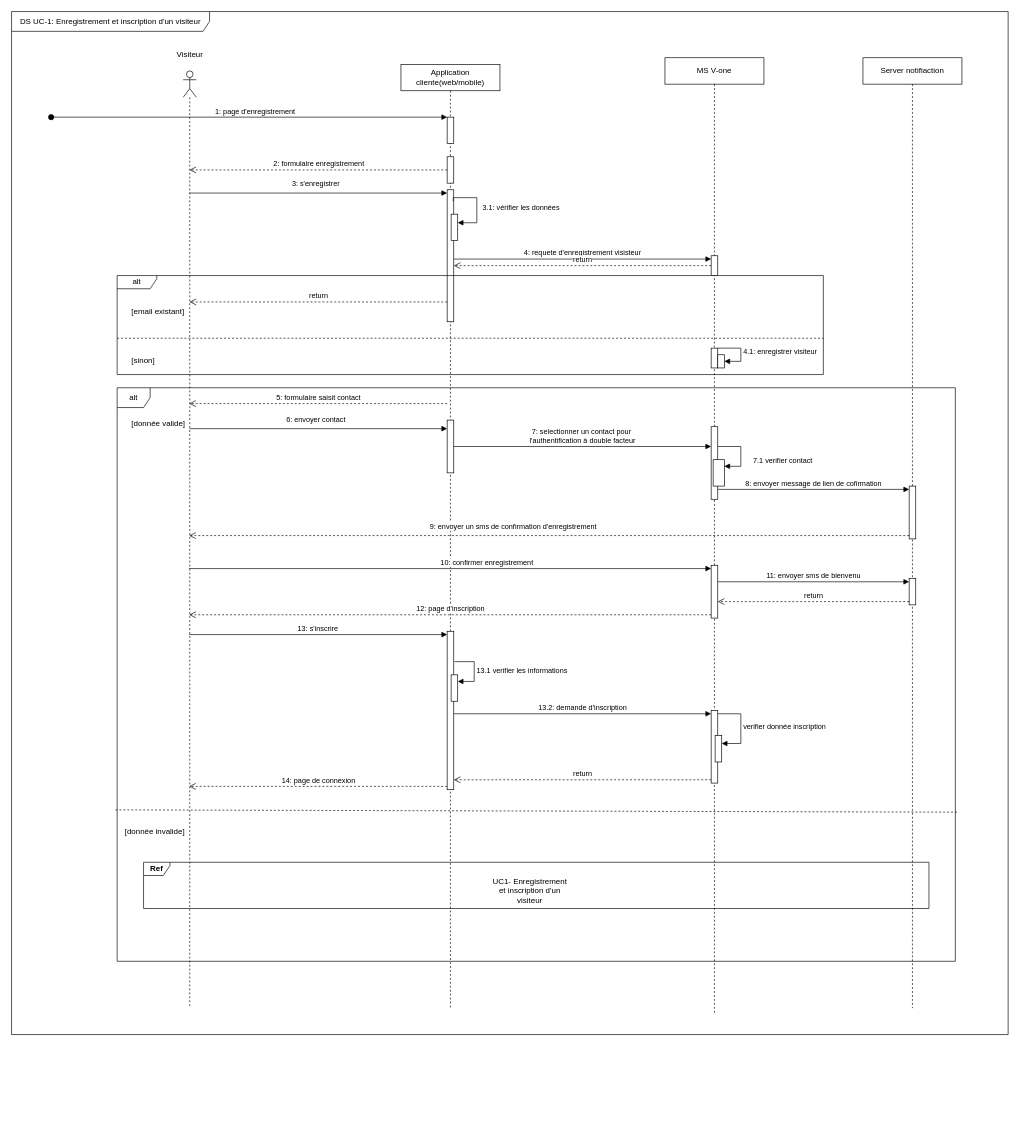
Kaji17/Diagramme-UML keeps this draw.io diagram as page "DS-Enregistrement" (2 of 11) of Diagramme-vone-2024.drawio. Above is the earlier version. Source tidied: cells renumbered, new cells numbered last; positions are measured from the earlier drawing's top-left corner, leaving out a move shared by most shapes. Both pictures are drawn from the tidied source at 66%, with x=0, y=0 at pixel (11, 11).
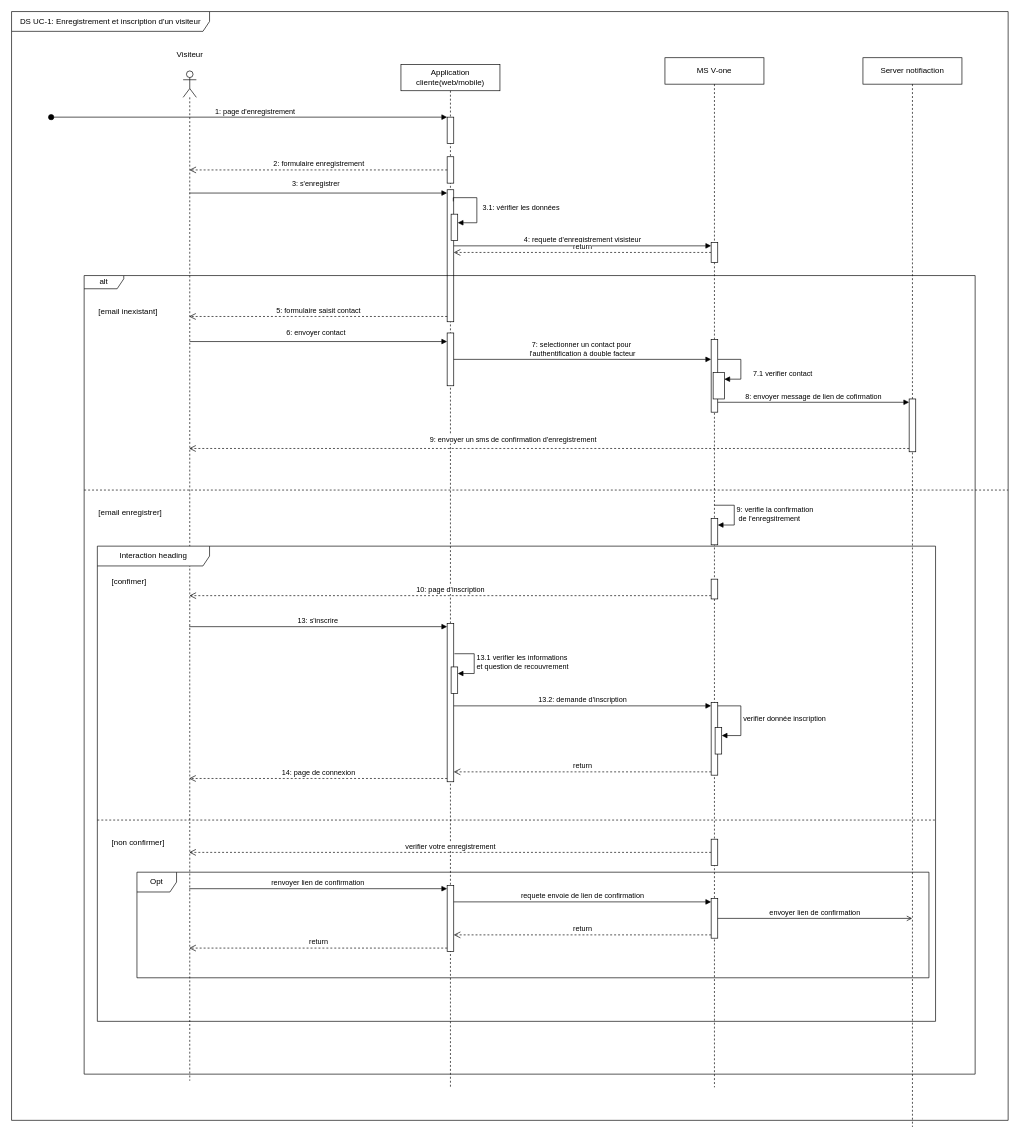
The same page after the edit.

Commit message (it also covers changes not shown here):
Mettre à jour Diagramme-vone-2024.drawio

What changed in the source:
```diff
@@
     <mxCell id="2" style="shape=umlLifeline;perimeter=lifelinePerimeter;whiteSpace=wrap;html=1;outlineConnect=0;portConstraint=eastwest;newEdgeStyle={&quot;curved&quot;:0,&quot;rounded&quot;:0};participant=umlActor;" parent="1" vertex="1">
-      <mxGeometry x="260" y="90" width="20" height="1420" as="geometry" />
+      <mxGeometry x="260" y="90" width="20" height="1530" as="geometry" />
     </mxCell>
     <mxCell id="3" value="Application cliente(web/mobile)" style="shape=umlLifeline;perimeter=lifelinePerimeter;whiteSpace=wrap;html=1;newEdgeStyle={&quot;edgeStyle&quot;:&quot;elbowEdgeStyle&quot;,&quot;elbow&quot;:&quot;vertical&quot;,&quot;curved&quot;:0,&quot;rounded&quot;:0};" parent="1" vertex="1">
-      <mxGeometry x="590" y="80" width="150" height="1430" as="geometry" />
+      <mxGeometry x="590" y="80" width="150" height="1550" as="geometry" />
     </mxCell>
@@
     <mxCell id="9" style="html=1;points=[[0,0,0,0,5],[0,1,0,0,-5],[1,0,0,0,5],[1,1,0,0,-5]];perimeter=orthogonalPerimeter;outlineConnect=0;targetShapes=umlLifeline;portConstraint=eastwest;newEdgeStyle={&quot;curved&quot;:0,&quot;rounded&quot;:0};" parent="3" vertex="1">
-      <mxGeometry x="70" y="539" width="10" height="80" as="geometry" />
+      <mxGeometry x="70" y="407" width="10" height="80" as="geometry" />
     </mxCell>
     <mxCell id="10" style="html=1;points=[[0,0,0,0,5],[0,1,0,0,-5],[1,0,0,0,5],[1,1,0,0,-5]];perimeter=orthogonalPerimeter;outlineConnect=0;targetShapes=umlLifeline;portConstraint=eastwest;newEdgeStyle={&quot;curved&quot;:0,&quot;rounded&quot;:0};" parent="3" vertex="1">
-      <mxGeometry x="70" y="859" width="10" height="240" as="geometry" />
+      <mxGeometry x="70" y="847" width="10" height="240" as="geometry" />
     </mxCell>
+    <mxCell id="58" style="html=1;points=[[0,0,0,0,5],[0,1,0,0,-5],[1,0,0,0,5],[1,1,0,0,-5]];perimeter=orthogonalPerimeter;outlineConnect=0;targetShapes=umlLifeline;portConstraint=eastwest;newEdgeStyle={&quot;curved&quot;:0,&quot;rounded&quot;:0};" parent="3" vertex="1">
+      <mxGeometry x="70" y="1244" width="10" height="100" as="geometry" />
+    </mxCell>
@@
     <mxCell id="15" value="5: formulaire saisit contact" style="html=1;verticalAlign=bottom;endArrow=open;dashed=1;endSize=8;curved=0;rounded=0;exitX=0;exitY=1;exitDx=0;exitDy=-5;" parent="1" edge="1">
       <mxGeometry relative="1" as="geometry">
-        <mxPoint x="660" y="594" as="sourcePoint" />
-        <mxPoint x="269.1" y="594" as="targetPoint" />
+        <mxPoint x="660" y="462" as="sourcePoint" />
+        <mxPoint x="269.1" y="462" as="targetPoint" />
       </mxGeometry>
     </mxCell>
@@
     <mxCell id="18" value="6: envoyer contact" style="html=1;verticalAlign=bottom;endArrow=block;curved=0;rounded=0;" parent="1" edge="1" target="9">
       <mxGeometry x="-0.02" y="5" relative="1" as="geometry">
-        <mxPoint x="269.7" y="632" as="sourcePoint" />
+        <mxPoint x="269.7" y="500" as="sourcePoint" />
       </mxGeometry>
     </mxCell>
@@
     <mxCell id="20" value="MS V-one" style="shape=umlLifeline;perimeter=lifelinePerimeter;whiteSpace=wrap;html=1;newEdgeStyle={&quot;edgeStyle&quot;:&quot;elbowEdgeStyle&quot;,&quot;elbow&quot;:&quot;vertical&quot;,&quot;curved&quot;:0,&quot;rounded&quot;:0};" parent="1" vertex="1">
-      <mxGeometry x="990" y="70" width="150" height="1450" as="geometry" />
+      <mxGeometry x="990" y="70" width="150" height="1560" as="geometry" />
     </mxCell>
     <mxCell id="21" value="7.1 verifier contact&amp;nbsp;" style="html=1;align=left;spacingLeft=2;endArrow=block;rounded=0;edgeStyle=orthogonalEdgeStyle;curved=0;rounded=0;" parent="20" edge="1" source="22" target="23">
       <mxGeometry x="0.26" y="15" relative="1" as="geometry">
         <Array as="points">
-          <mxPoint x="115" y="589" />
-          <mxPoint x="115" y="619" />
+          <mxPoint x="115" y="457" />
+          <mxPoint x="115" y="487" />
         </Array>
       </mxGeometry>
     </mxCell>
     <mxCell id="22" style="html=1;points=[[0,0,0,0,5],[0,1,0,0,-5],[1,0,0,0,5],[1,1,0,0,-5]];perimeter=orthogonalPerimeter;outlineConnect=0;targetShapes=umlLifeline;portConstraint=eastwest;newEdgeStyle={&quot;curved&quot;:0,&quot;rounded&quot;:0};" parent="20" vertex="1">
-      <mxGeometry x="70" y="559" width="10" height="110" as="geometry" />
+      <mxGeometry x="70" y="427" width="10" height="110" as="geometry" />
     </mxCell>
     <mxCell id="23" style="html=1;points=[[0,0,0,0,5],[0,1,0,0,-5],[1,0,0,0,5],[1,1,0,0,-5]];perimeter=orthogonalPerimeter;outlineConnect=0;targetShapes=umlLifeline;portConstraint=eastwest;newEdgeStyle={&quot;curved&quot;:0,&quot;rounded&quot;:0};" parent="20" vertex="1">
-      <mxGeometry x="73" y="609" width="17" height="40" as="geometry" />
+      <mxGeometry x="73" y="477" width="17" height="40" as="geometry" />
     </mxCell>
-    <mxCell id="24" style="html=1;points=[[0,0,0,0,5],[0,1,0,0,-5],[1,0,0,0,5],[1,1,0,0,-5]];perimeter=orthogonalPerimeter;outlineConnect=0;targetShapes=umlLifeline;portConstraint=eastwest;newEdgeStyle={&quot;curved&quot;:0,&quot;rounded&quot;:0};" parent="20" vertex="1">
-      <mxGeometry x="70" y="769" width="10" height="80" as="geometry" />
-    </mxCell>
     <mxCell id="25" style="html=1;points=[[0,0,0,0,5],[0,1,0,0,-5],[1,0,0,0,5],[1,1,0,0,-5]];perimeter=orthogonalPerimeter;outlineConnect=0;targetShapes=umlLifeline;portConstraint=eastwest;newEdgeStyle={&quot;curved&quot;:0,&quot;rounded&quot;:0};" parent="20" vertex="1">
-      <mxGeometry x="70" y="989" width="10" height="110" as="geometry" />
+      <mxGeometry x="70" y="977" width="10" height="110" as="geometry" />
     </mxCell>
-    <mxCell id="26" style="html=1;points=[[0,0,0,0,5],[0,1,0,0,-5],[1,0,0,0,5],[1,1,0,0,-5]];perimeter=orthogonalPerimeter;outlineConnect=0;targetShapes=umlLifeline;portConstraint=eastwest;newEdgeStyle={&quot;curved&quot;:0,&quot;rounded&quot;:0};" parent="20" vertex="1">
-      <mxGeometry x="70" y="440" width="10" height="30" as="geometry" />
-    </mxCell>
+    <mxCell id="59" style="html=1;points=[[0,0,0,0,5],[0,1,0,0,-5],[1,0,0,0,5],[1,1,0,0,-5]];perimeter=orthogonalPerimeter;outlineConnect=0;targetShapes=umlLifeline;portConstraint=eastwest;newEdgeStyle={&quot;curved&quot;:0,&quot;rounded&quot;:0};" parent="20" vertex="1">
+      <mxGeometry x="70" y="1274" width="10" height="60" as="geometry" />
+    </mxCell>
     <mxCell id="27" value="Server notifiaction" style="shape=umlLifeline;perimeter=lifelinePerimeter;whiteSpace=wrap;html=1;newEdgeStyle={&quot;edgeStyle&quot;:&quot;elbowEdgeStyle&quot;,&quot;elbow&quot;:&quot;vertical&quot;,&quot;curved&quot;:0,&quot;rounded&quot;:0};" parent="1" vertex="1">
-      <mxGeometry x="1290" y="70" width="150" height="1440" as="geometry" />
+      <mxGeometry x="1290" y="70" width="150" height="1620" as="geometry" />
     </mxCell>
     <mxCell id="28" style="html=1;points=[[0,0,0,0,5],[0,1,0,0,-5],[1,0,0,0,5],[1,1,0,0,-5]];perimeter=orthogonalPerimeter;outlineConnect=0;targetShapes=umlLifeline;portConstraint=eastwest;newEdgeStyle={&quot;curved&quot;:0,&quot;rounded&quot;:0};" parent="27" vertex="1">
-      <mxGeometry x="70" y="649" width="10" height="80" as="geometry" />
+      <mxGeometry x="70" y="517" width="10" height="80" as="geometry" />
     </mxCell>
-    <mxCell id="29" style="html=1;points=[[0,0,0,0,5],[0,1,0,0,-5],[1,0,0,0,5],[1,1,0,0,-5]];perimeter=orthogonalPerimeter;outlineConnect=0;targetShapes=umlLifeline;portConstraint=eastwest;newEdgeStyle={&quot;curved&quot;:0,&quot;rounded&quot;:0};" parent="27" vertex="1">
-      <mxGeometry x="70" y="789" width="10" height="40" as="geometry" />
-    </mxCell>
@@
     <mxCell id="31" value="&lt;div&gt;9: envoyer un sms de confirmation d'enregistrement&lt;/div&gt;" style="html=1;verticalAlign=bottom;endArrow=open;dashed=1;endSize=8;curved=0;rounded=0;exitX=0;exitY=1;exitDx=0;exitDy=-5;" parent="1" edge="1" source="28">
       <mxGeometry x="0.1" y="-5" relative="1" as="geometry">
-        <mxPoint x="269.1" y="794" as="targetPoint" />
+        <mxPoint x="269.1" y="662" as="targetPoint" />
       </mxGeometry>
     </mxCell>
-    <mxCell id="32" value="alt" style="shape=umlFrame;whiteSpace=wrap;html=1;width=50;height=30;" parent="1" vertex="1">
-      <mxGeometry x="160" y="570" width="1270" height="869" as="geometry" />
-    </mxCell>
-    <mxCell id="33" value="[donnée valide]" style="text;html=1;" parent="32" vertex="1">
-      <mxGeometry width="100" height="20" relative="1" as="geometry">
-        <mxPoint x="20" y="40" as="offset" />
-      </mxGeometry>
-    </mxCell>
-    <mxCell id="34" style="html=1;points=[[0,0,0,0,5],[0,1,0,0,-5],[1,0,0,0,5],[1,1,0,0,-5]];perimeter=orthogonalPerimeter;outlineConnect=0;targetShapes=umlLifeline;portConstraint=eastwest;newEdgeStyle={&quot;curved&quot;:0,&quot;rounded&quot;:0};" parent="32" vertex="1">
-      <mxGeometry x="506" y="435" width="10" height="40" as="geometry" />
-    </mxCell>
-    <mxCell id="35" value="13.1 verifier les informations" style="html=1;align=left;spacingLeft=2;endArrow=block;rounded=0;edgeStyle=orthogonalEdgeStyle;curved=0;rounded=0;" parent="32" edge="1" target="34">
-      <mxGeometry relative="1" as="geometry">
-        <mxPoint x="511" y="415" as="sourcePoint" />
-        <Array as="points">
-          <mxPoint x="541" y="445" />
-        </Array>
-      </mxGeometry>
-    </mxCell>
-    <mxCell id="36" style="html=1;points=[[0,0,0,0,5],[0,1,0,0,-5],[1,0,0,0,5],[1,1,0,0,-5]];perimeter=orthogonalPerimeter;outlineConnect=0;targetShapes=umlLifeline;portConstraint=eastwest;newEdgeStyle={&quot;curved&quot;:0,&quot;rounded&quot;:0};" parent="32" vertex="1">
-      <mxGeometry x="906" y="527" width="10" height="40" as="geometry" />
-    </mxCell>
-    <mxCell id="37" value="11: envoyer sms de bienvenu" style="html=1;verticalAlign=bottom;endArrow=block;curved=0;rounded=0;entryX=0;entryY=0;entryDx=0;entryDy=5;" parent="1" edge="1" target="29">
-      <mxGeometry relative="1" as="geometry">
-        <mxPoint x="1070" y="864" as="sourcePoint" />
-      </mxGeometry>
-    </mxCell>
-    <mxCell id="38" value="return" style="html=1;verticalAlign=bottom;endArrow=open;dashed=1;endSize=8;curved=0;rounded=0;exitX=0;exitY=1;exitDx=0;exitDy=-5;" parent="1" edge="1" source="29">
-      <mxGeometry relative="1" as="geometry">
-        <mxPoint x="1070" y="894" as="targetPoint" />
-      </mxGeometry>
-    </mxCell>
-    <mxCell id="39" value="10: confirmer enregistrement" style="html=1;verticalAlign=bottom;endArrow=block;curved=0;rounded=0;entryX=0;entryY=0;entryDx=0;entryDy=5;" parent="1" edge="1" target="24">
-      <mxGeometry x="0.14" relative="1" as="geometry">
-        <mxPoint x="269.1" y="844" as="sourcePoint" />
-      </mxGeometry>
-    </mxCell>
-    <mxCell id="40" value="12: page d'inscription" style="html=1;verticalAlign=bottom;endArrow=open;dashed=1;endSize=8;curved=0;rounded=0;exitX=0;exitY=1;exitDx=0;exitDy=-5;" parent="1" edge="1" source="24">
-      <mxGeometry relative="1" as="geometry">
-        <mxPoint x="269.1" y="914" as="targetPoint" />
-      </mxGeometry>
+    <mxCell id="40" value="10: page d'inscription" style="html=1;verticalAlign=bottom;endArrow=open;dashed=1;endSize=8;curved=0;rounded=0;exitX=0;exitY=1;exitDx=0;exitDy=-5;" parent="1" edge="1" source="24" target="2">
+      <mxGeometry relative="1" as="geometry" />
     </mxCell>
     <mxCell id="41" value="13: s'inscrire" style="html=1;verticalAlign=bottom;endArrow=block;curved=0;rounded=0;entryX=0;entryY=0;entryDx=0;entryDy=5;" parent="1" edge="1" target="10">
       <mxGeometry relative="1" as="geometry">
-        <mxPoint x="269.1" y="944" as="sourcePoint" />
+        <mxPoint x="269.1" y="932" as="sourcePoint" />
       </mxGeometry>
     </mxCell>
     <mxCell id="42" value="14: page de connexion" style="html=1;verticalAlign=bottom;endArrow=open;dashed=1;endSize=8;curved=0;rounded=0;exitX=0;exitY=1;exitDx=0;exitDy=-5;" parent="1" edge="1" source="10">
       <mxGeometry relative="1" as="geometry">
-        <mxPoint x="269.1" y="1174" as="targetPoint" />
+        <mxPoint x="269.1" y="1162" as="targetPoint" />
       </mxGeometry>
     </mxCell>
@@
     <mxCell id="44" value="verifier donnée inscription" style="html=1;align=left;spacingLeft=2;endArrow=block;rounded=0;edgeStyle=orthogonalEdgeStyle;curved=0;rounded=0;exitX=1;exitY=0;exitDx=0;exitDy=5;exitPerimeter=0;" parent="1" edge="1" source="25" target="36">
       <mxGeometry relative="1" as="geometry">
         <Array as="points">
-          <mxPoint x="1105" y="1064" />
-          <mxPoint x="1105" y="1109" />
+          <mxPoint x="1105" y="1052" />
+          <mxPoint x="1105" y="1097" />
         </Array>
       </mxGeometry>
     </mxCell>
@@
     <mxCell id="46" value="DS UC-1: Enregistrement et inscription d'un visiteur" style="shape=umlFrame;whiteSpace=wrap;html=1;width=300;height=30;" parent="1" vertex="1">
-      <mxGeometry width="1510" height="1550" as="geometry" />
+      <mxGeometry width="1510" height="1680" as="geometry" />
     </mxCell>
-    <mxCell id="47" style="endArrow=none;dashed=1;html=1;rounded=0;exitX=-0.002;exitY=0.736;exitDx=0;exitDy=0;exitPerimeter=0;entryX=1.002;entryY=0.74;entryDx=0;entryDy=0;entryPerimeter=0;" parent="1" edge="1" source="32" target="32">
-      <mxGeometry relative="1" as="geometry" />
-    </mxCell>
-    <mxCell id="48" value="[donnée invalide]" style="text;html=1;" parent="1" vertex="1">
-      <mxGeometry x="170" y="1229" width="100" height="20" as="geometry" />
-    </mxCell>
-    <mxCell id="49" value="Ref" style="shape=umlFrame;whiteSpace=wrap;html=1;width=40;height=20;fontStyle=1;" parent="1" vertex="1">
-      <mxGeometry x="200" y="1289" width="1190" height="70" as="geometry" />
-    </mxCell>
-    <mxCell id="50" value="&lt;div style=&quot;&quot;&gt;&lt;span style=&quot;background-color: initial;&quot;&gt;UC1-&amp;nbsp;&lt;/span&gt;&lt;span style=&quot;background-color: initial; text-wrap: wrap;&quot;&gt;Enregistrement et inscription d'un visiteur&lt;/span&gt;&lt;/div&gt;" style="text;align=center;html=1;" parent="49" vertex="1">
-      <mxGeometry width="610" height="40" relative="1" as="geometry">
-        <mxPoint x="280" y="15" as="offset" />
-      </mxGeometry>
-    </mxCell>
     <mxCell id="51" value="alt" style="shape=umlFrame;whiteSpace=wrap;html=1;width=60;height=20;" parent="1" vertex="1">
-      <mxGeometry x="160" y="400" width="1070" height="150" as="geometry" />
+      <mxGeometry x="110" y="400" width="1350" height="1210" as="geometry" />
     </mxCell>
-    <mxCell id="52" value="[email existant]" style="text;html=1;" parent="51" vertex="1">
+    <mxCell id="52" value="[email inexistant]" style="text;html=1;" parent="51" vertex="1">
       <mxGeometry width="100" height="20" relative="1" as="geometry">
         <mxPoint x="20" y="40" as="offset" />
       </mxGeometry>
     </mxCell>
-    <mxCell id="53" value="[sinon]" style="line;strokeWidth=1;dashed=1;labelPosition=center;verticalLabelPosition=bottom;align=left;verticalAlign=top;spacingLeft=20;spacingTop=15;html=1;whiteSpace=wrap;" parent="51" vertex="1">
-      <mxGeometry y="90" width="1070" height="10" as="geometry" />
+    <mxCell id="53" value="[email enregistrer]" style="line;strokeWidth=1;dashed=1;labelPosition=center;verticalLabelPosition=bottom;align=left;verticalAlign=top;spacingLeft=20;spacingTop=15;html=1;whiteSpace=wrap;" parent="51" vertex="1">
+      <mxGeometry y="320" width="1400" height="10" as="geometry" />
     </mxCell>
-    <mxCell id="54" value="return" style="html=1;verticalAlign=bottom;endArrow=open;dashed=1;endSize=8;curved=0;rounded=0;" parent="51" edge="1">
-      <mxGeometry relative="1" as="geometry">
-        <mxPoint x="500" y="40" as="sourcePoint" />
-        <mxPoint x="109.6" y="40" as="targetPoint" />
-      </mxGeometry>
-    </mxCell>
-    <mxCell id="55" style="html=1;points=[[0,0,0,0,5],[0,1,0,0,-5],[1,0,0,0,5],[1,1,0,0,-5]];perimeter=orthogonalPerimeter;outlineConnect=0;targetShapes=umlLifeline;portConstraint=eastwest;newEdgeStyle={&quot;curved&quot;:0,&quot;rounded&quot;:0};" parent="51" vertex="1">
-      <mxGeometry x="910" y="120" width="10" height="20" as="geometry" />
-    </mxCell>
+    <mxCell id="60" style="html=1;points=[[0,0,0,0,5],[0,1,0,0,-5],[1,0,0,0,5],[1,1,0,0,-5]];perimeter=orthogonalPerimeter;outlineConnect=0;targetShapes=umlLifeline;portConstraint=eastwest;newEdgeStyle={&quot;curved&quot;:0,&quot;rounded&quot;:0};" parent="51" vertex="1">
+      <mxGeometry x="950" y="368" width="10" height="40" as="geometry" />
+    </mxCell>
+    <mxCell id="61" value="9: verifie la confirmation&lt;div&gt;&amp;nbsp;de l'enregsitrement&lt;/div&gt;" style="html=1;align=left;spacingLeft=2;endArrow=block;rounded=0;edgeStyle=orthogonalEdgeStyle;curved=0;rounded=0;" parent="51" edge="1" target="60">
+      <mxGeometry relative="1" as="geometry">
+        <mxPoint x="955" y="348" as="sourcePoint" />
+        <Array as="points">
+          <mxPoint x="985" y="378" />
+        </Array>
+      </mxGeometry>
+    </mxCell>
     <mxCell id="56" style="html=1;points=[[0,0,0,0,5],[0,1,0,0,-5],[1,0,0,0,5],[1,1,0,0,-5]];perimeter=orthogonalPerimeter;outlineConnect=0;targetShapes=umlLifeline;portConstraint=eastwest;newEdgeStyle={&quot;curved&quot;:0,&quot;rounded&quot;:0};" parent="1" vertex="1">
-      <mxGeometry x="1060" y="370" width="10" height="30" as="geometry" />
+      <mxGeometry x="1060" y="350" width="10" height="30" as="geometry" />
     </mxCell>
-    <mxCell id="57" value="4.1: enregistrer visiteur" style="html=1;align=left;spacingLeft=2;endArrow=block;rounded=0;edgeStyle=orthogonalEdgeStyle;curved=0;rounded=0;" parent="1" edge="1" source="26" target="55">
-      <mxGeometry relative="1" as="geometry">
-        <Array as="points">
-          <mxPoint x="1105" y="510" />
-          <mxPoint x="1105" y="530" />
-        </Array>
-      </mxGeometry>
-    </mxCell>
+    <mxCell id="34" style="html=1;points=[[0,0,0,0,5],[0,1,0,0,-5],[1,0,0,0,5],[1,1,0,0,-5]];perimeter=orthogonalPerimeter;outlineConnect=0;targetShapes=umlLifeline;portConstraint=eastwest;newEdgeStyle={&quot;curved&quot;:0,&quot;rounded&quot;:0};" parent="1" vertex="1">
+      <mxGeometry x="666" y="993" width="10" height="40" as="geometry" />
+    </mxCell>
+    <mxCell id="35" value="13.1 verifier les informations&amp;nbsp;&lt;div&gt;et question de recouvrement&lt;/div&gt;" style="html=1;align=left;spacingLeft=2;endArrow=block;rounded=0;edgeStyle=orthogonalEdgeStyle;curved=0;rounded=0;" parent="1" edge="1" target="34">
+      <mxGeometry relative="1" as="geometry">
+        <mxPoint x="671" y="973" as="sourcePoint" />
+        <Array as="points">
+          <mxPoint x="701" y="1003" />
+        </Array>
+      </mxGeometry>
+    </mxCell>
+    <mxCell id="36" style="html=1;points=[[0,0,0,0,5],[0,1,0,0,-5],[1,0,0,0,5],[1,1,0,0,-5]];perimeter=orthogonalPerimeter;outlineConnect=0;targetShapes=umlLifeline;portConstraint=eastwest;newEdgeStyle={&quot;curved&quot;:0,&quot;rounded&quot;:0};" parent="1" vertex="1">
+      <mxGeometry x="1066" y="1085" width="10" height="40" as="geometry" />
+    </mxCell>
+    <mxCell id="62" value="Interaction heading" style="shape=umlFrame;whiteSpace=wrap;html=1;width=170;" parent="1" vertex="1">
+      <mxGeometry x="130" y="810" width="1270" height="720" as="geometry" />
+    </mxCell>
+    <mxCell id="63" value="[confimer]" style="text;html=1;" parent="62" vertex="1">
+      <mxGeometry width="100" height="20" relative="1" as="geometry">
+        <mxPoint x="20" y="40" as="offset" />
+      </mxGeometry>
+    </mxCell>
+    <mxCell id="64" value="[non confirmer]" style="line;strokeWidth=1;dashed=1;labelPosition=center;verticalLabelPosition=bottom;align=left;verticalAlign=top;spacingLeft=20;spacingTop=15;html=1;whiteSpace=wrap;" parent="62" vertex="1">
+      <mxGeometry y="410" width="1270" height="10" as="geometry" />
+    </mxCell>
+    <mxCell id="24" style="html=1;points=[[0,0,0,0,5],[0,1,0,0,-5],[1,0,0,0,5],[1,1,0,0,-5]];perimeter=orthogonalPerimeter;outlineConnect=0;targetShapes=umlLifeline;portConstraint=eastwest;newEdgeStyle={&quot;curved&quot;:0,&quot;rounded&quot;:0};" parent="62" vertex="1">
+      <mxGeometry x="930" y="50" width="10" height="30" as="geometry" />
+    </mxCell>
+    <mxCell id="65" style="html=1;points=[[0,0,0,0,5],[0,1,0,0,-5],[1,0,0,0,5],[1,1,0,0,-5]];perimeter=orthogonalPerimeter;outlineConnect=0;targetShapes=umlLifeline;portConstraint=eastwest;newEdgeStyle={&quot;curved&quot;:0,&quot;rounded&quot;:0};" parent="62" vertex="1">
+      <mxGeometry x="930" y="444" width="10" height="40" as="geometry" />
+    </mxCell>
+    <mxCell id="66" value="verifier votre enregistrement" style="html=1;verticalAlign=bottom;endArrow=open;dashed=1;endSize=8;curved=0;rounded=0;" parent="1" edge="1" source="65">
+      <mxGeometry relative="1" as="geometry">
+        <mxPoint x="269.2" y="1274" as="targetPoint" />
+      </mxGeometry>
+    </mxCell>
+    <mxCell id="67" value="Opt" style="shape=umlFrame;whiteSpace=wrap;html=1;" parent="1" vertex="1">
+      <mxGeometry x="190" y="1304" width="1200" height="160" as="geometry" />
+    </mxCell>
+    <mxCell id="68" value="renvoyer lien de confirmation" style="html=1;verticalAlign=bottom;endArrow=block;curved=0;rounded=0;entryX=0;entryY=0;entryDx=0;entryDy=5;" parent="1" edge="1" target="58">
+      <mxGeometry relative="1" as="geometry">
+        <mxPoint x="269.2" y="1329" as="sourcePoint" />
+      </mxGeometry>
+    </mxCell>
+    <mxCell id="69" value="return" style="html=1;verticalAlign=bottom;endArrow=open;dashed=1;endSize=8;curved=0;rounded=0;exitX=0;exitY=1;exitDx=0;exitDy=-5;" parent="1" edge="1" source="58">
+      <mxGeometry relative="1" as="geometry">
+        <mxPoint x="269.2" y="1419" as="targetPoint" />
+      </mxGeometry>
+    </mxCell>
+    <mxCell id="70" value="requete envoie de lien de confirmation" style="html=1;verticalAlign=bottom;endArrow=block;curved=0;rounded=0;entryX=0;entryY=0;entryDx=0;entryDy=5;" parent="1" edge="1" source="58" target="59">
+      <mxGeometry relative="1" as="geometry" />
+    </mxCell>
+    <mxCell id="71" value="return" style="html=1;verticalAlign=bottom;endArrow=open;dashed=1;endSize=8;curved=0;rounded=0;exitX=0;exitY=1;exitDx=0;exitDy=-5;" parent="1" edge="1" source="59" target="58">
+      <mxGeometry relative="1" as="geometry" />
+    </mxCell>
+    <mxCell id="72" value="envoyer lien de confirmation" style="html=1;verticalAlign=bottom;labelBackgroundColor=none;endArrow=open;endFill=0;rounded=0;" parent="1" edge="1" source="59">
+      <mxGeometry relative="1" as="geometry">
+        <mxPoint x="1364.5" y="1374" as="targetPoint" />
+      </mxGeometry>
+    </mxCell>
```
